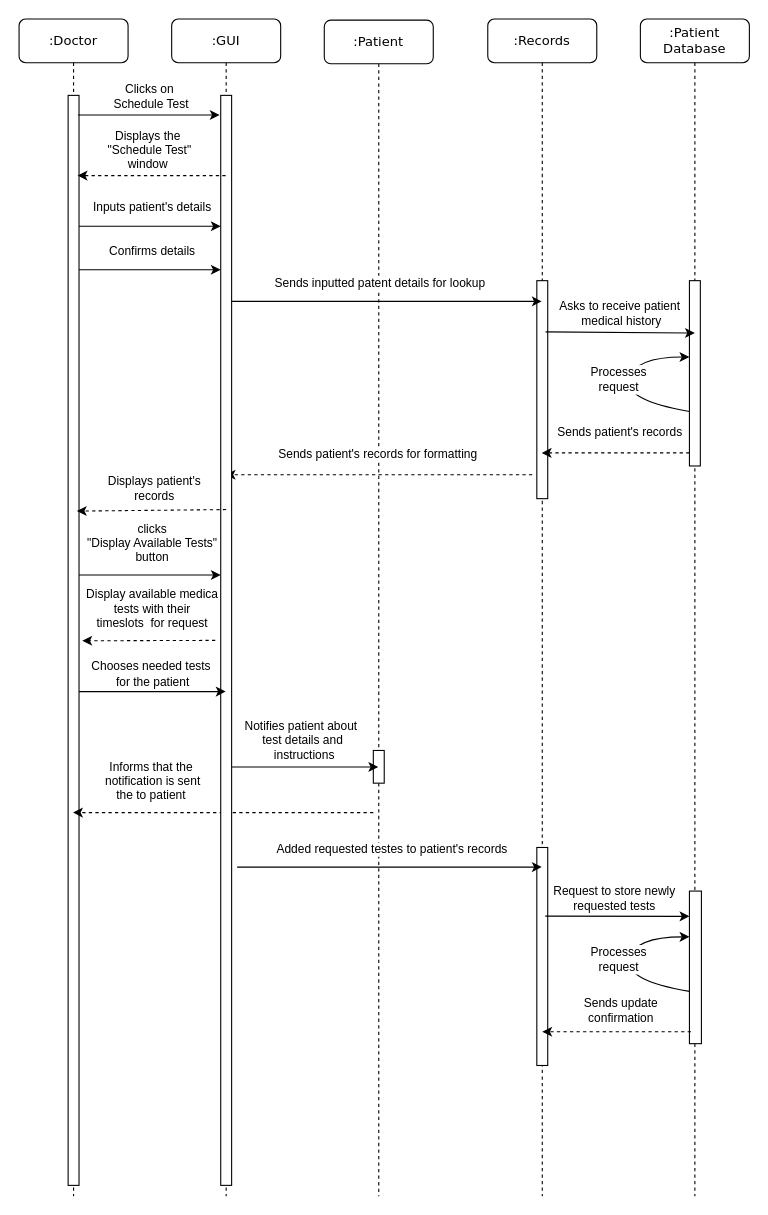
This is Project Milestone 2/Sequence_5.drawio from SENG-350-2024-fall/Team-6, a draw.io file, before an edit. Source tidied: cells renumbered, new cells numbered last; positions are measured from the earlier drawing's top-left corner, leaving out a move shared by most shapes. Both pictures are drawn from the tidied source at 109%, with x=0, y=0 at pixel (19, 19).
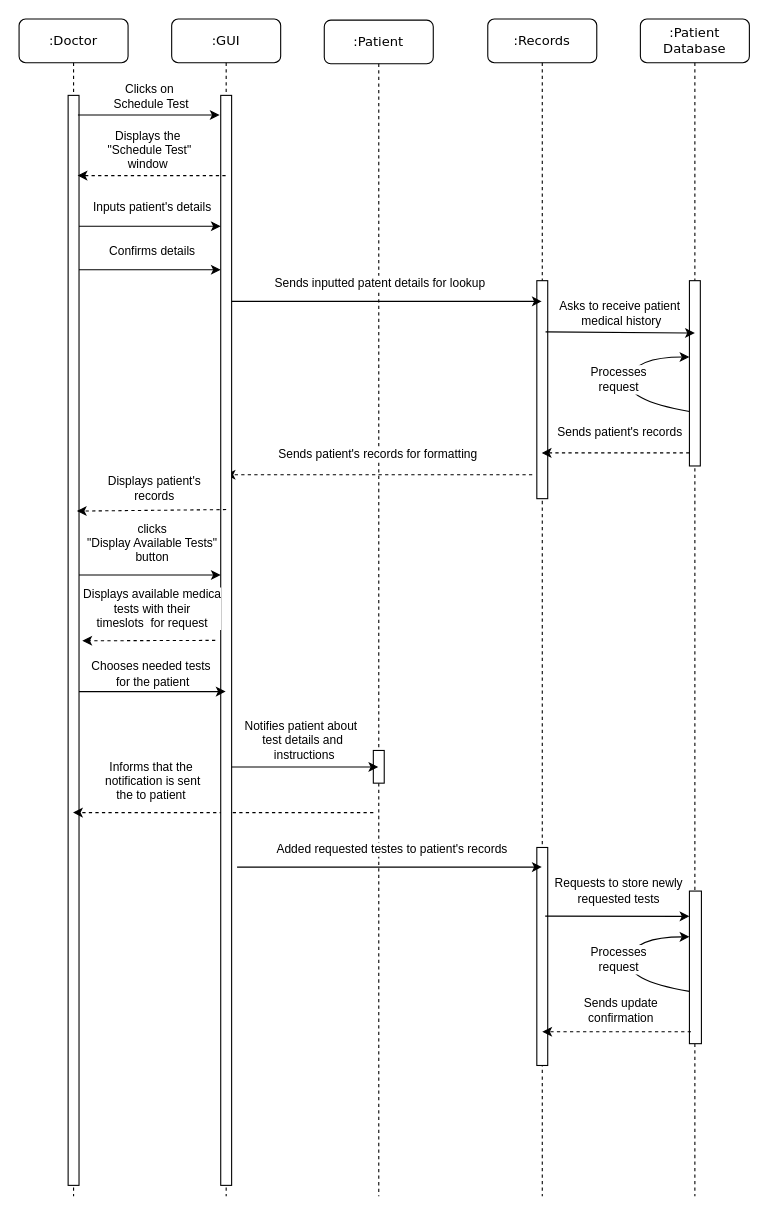
The same page after the edit.

Unchanged cells that the change refers to:
```xml
<mxCell id="15" style="endArrow=classic;html=1;rounded=0;exitX=1.267;exitY=0.296;exitDx=0;exitDy=0;exitPerimeter=0;" parent="9" edge="1">
  <mxGeometry relative="1" as="geometry">
    <mxPoint x="-87.3" y="823" as="sourcePoint" />
    <mxPoint x="45" y="823.2" as="targetPoint" />
  </mxGeometry>
</mxCell>
<mxCell id="40" style="html=1;labelBackgroundColor=#ffffff;startArrow=none;startFill=0;startSize=6;endArrow=classic;endFill=1;endSize=6;jettySize=auto;orthogonalLoop=1;strokeWidth=1;dashed=1;fontSize=14;rounded=0;entryX=0.8;entryY=0.19;entryDx=0;entryDy=0;entryPerimeter=0;" parent="1" edge="1">
  <mxGeometry relative="1" as="geometry">
    <mxPoint x="180" y="570" as="sourcePoint" />
    <mxPoint x="58" y="570.4" as="targetPoint" />
  </mxGeometry>
</mxCell>
```

Diff of the diagram source:
```diff
@@
-    <mxCell id="16" value="Request to store newly &lt;br&gt;requested tests" style="edgeLabel;html=1;align=center;verticalAlign=middle;" parent="15" vertex="1">
+    <mxCell id="16" value="Requests to store newly &lt;br&gt;requested tests" style="edgeLabel;html=1;align=center;verticalAlign=middle;" parent="15" vertex="1">
       <mxGeometry x="0.05" y="-2" relative="1" as="geometry">
-        <mxPoint x="-6" y="-19" as="offset" />
+        <mxPoint x="-2" y="-26" as="offset" />
       </mxGeometry>
     </mxCell>
@@
-    <mxCell id="41" value="Display available medica &lt;br&gt;tests with their&lt;br&gt;timeslots&amp;nbsp; for&amp;nbsp;request" style="edgeLabel;html=1;align=center;verticalAlign=middle;" parent="40" vertex="1">
+    <mxCell id="41" value="Displays available medica &lt;br&gt;tests with their&lt;br&gt;timeslots&amp;nbsp; for&amp;nbsp;request" style="edgeLabel;html=1;align=center;verticalAlign=middle;" parent="40" vertex="1">
       <mxGeometry x="0.06" y="-1" relative="1" as="geometry">
         <mxPoint x="7" y="-29" as="offset" />
       </mxGeometry>
     </mxCell>
```
